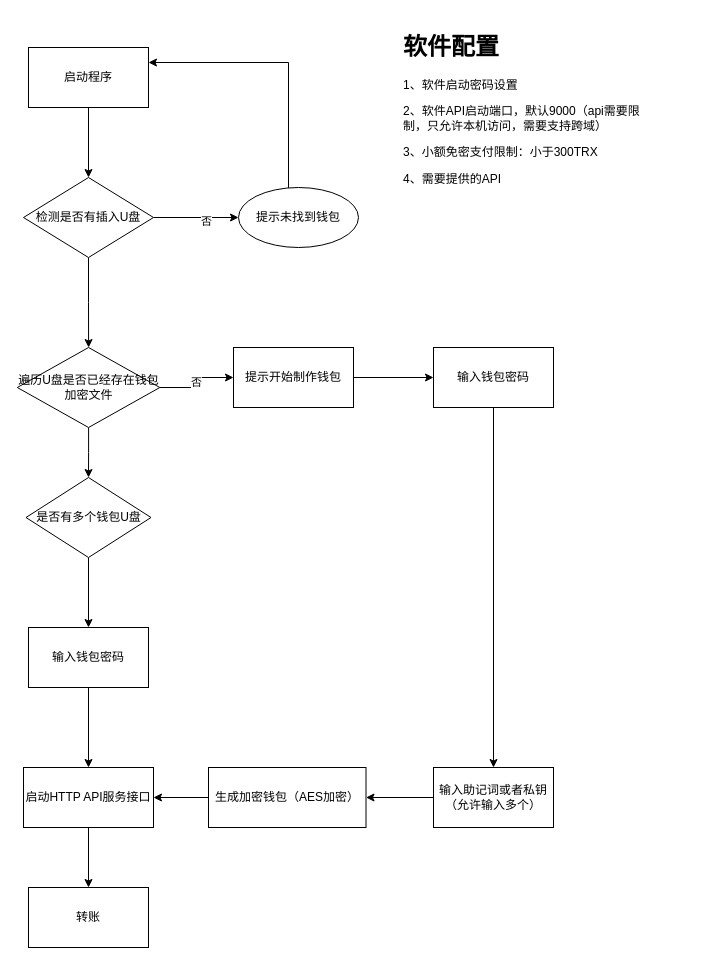
dovezat/drawio keeps this draw.io diagram as usb.drawio. Above is the earlier version. Source tidied: cells renumbered, new cells numbered last; positions are measured from the earlier drawing's top-left corner, leaving out a move shared by most shapes. Both pictures are drawn from the tidied source at 100%, with x=0, y=0 at pixel (17, 27).
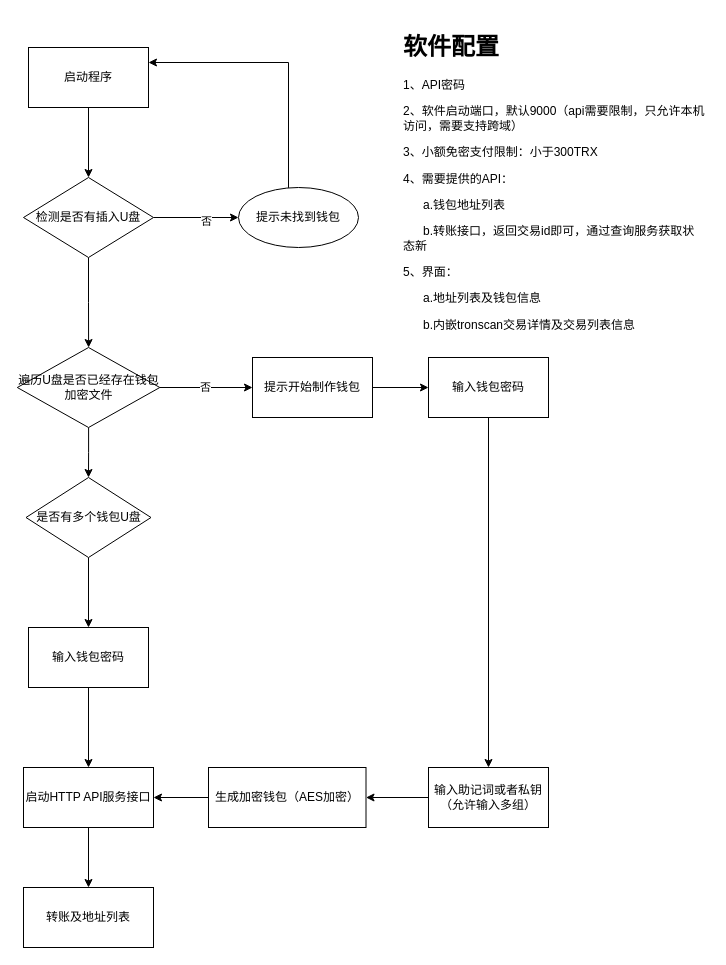
The same diagram, later.

The edit, as a diff of the source:
```diff
@@
     <mxCell id="14" value="提示开始制作钱包" style="whiteSpace=wrap;html=1;rounded=0;" parent="1" vertex="1">
-      <mxGeometry x="216" y="320" width="120" height="60" as="geometry" />
+      <mxGeometry x="235" y="330" width="120" height="60" as="geometry" />
     </mxCell>
@@
     <mxCell id="16" value="输入钱包密码" style="whiteSpace=wrap;html=1;rounded=0;" parent="1" vertex="1">
-      <mxGeometry x="416" y="320" width="120" height="60" as="geometry" />
+      <mxGeometry x="411" y="330" width="120" height="60" as="geometry" />
     </mxCell>
@@
-    <mxCell id="18" value="输入助记词或者私钥（允许输入多个）" style="whiteSpace=wrap;html=1;rounded=0;" parent="1" vertex="1">
-      <mxGeometry x="416" y="740" width="120" height="60" as="geometry" />
+    <mxCell id="18" value="输入助记词或者私钥（允许输入多组）" style="whiteSpace=wrap;html=1;rounded=0;" parent="1" vertex="1">
+      <mxGeometry x="411" y="740" width="120" height="60" as="geometry" />
     </mxCell>
@@
-    <mxCell id="27" value="转账" style="rounded=0;whiteSpace=wrap;html=1;" parent="1" vertex="1">
-      <mxGeometry x="11" y="860" width="120" height="60" as="geometry" />
+    <mxCell id="27" value="转账及地址列表" style="rounded=0;whiteSpace=wrap;html=1;" parent="1" vertex="1">
+      <mxGeometry x="6" y="860" width="130" height="60" as="geometry" />
     </mxCell>
-    <mxCell id="28" value="&lt;h1&gt;软件配置&lt;/h1&gt;&lt;p&gt;1、软件启动密码设置&lt;/p&gt;&lt;p&gt;2、软件API启动端口，默认9000（api需要限制，只允许本机访问，需要支持跨域）&lt;/p&gt;&lt;p&gt;3、小额免密支付限制：小于300TRX&lt;/p&gt;&lt;p&gt;4、需要提供的API&lt;/p&gt;&lt;p&gt;&lt;br&gt;&lt;/p&gt;" style="text;html=1;strokeColor=none;fillColor=none;spacing=5;spacingTop=-20;whiteSpace=wrap;overflow=hidden;rounded=0;" parent="1" vertex="1">
-      <mxGeometry x="381" width="260" height="220" as="geometry" />
+    <mxCell id="28" value="&lt;h1&gt;软件配置&lt;/h1&gt;&lt;p&gt;1、API密码&lt;/p&gt;&lt;p&gt;2、软件启动端口，默认9000（api需要限制，只允许本机访问，需要支持跨域）&lt;/p&gt;&lt;p&gt;3、小额免密支付限制：小于300TRX&lt;/p&gt;&lt;p&gt;4、需要提供的API：&lt;/p&gt;&lt;p&gt;&amp;nbsp; &amp;nbsp; &amp;nbsp; a.钱包地址列表&lt;/p&gt;&lt;p&gt;&amp;nbsp; &amp;nbsp; &amp;nbsp; b.转账接口，返回交易id即可，通过查询服务获取状态新&lt;/p&gt;&lt;p&gt;5、界面：&lt;/p&gt;&lt;p&gt;&amp;nbsp; &amp;nbsp; &amp;nbsp; a.地址列表及钱包信息&lt;/p&gt;&lt;p&gt;&amp;nbsp; &amp;nbsp; &amp;nbsp; b.内嵌tronscan交易详情及交易列表信息&lt;/p&gt;" style="text;html=1;strokeColor=none;fillColor=none;spacing=5;spacingTop=-20;whiteSpace=wrap;overflow=hidden;rounded=0;" parent="1" vertex="1">
+      <mxGeometry x="381" width="310" height="320" as="geometry" />
     </mxCell>
```
